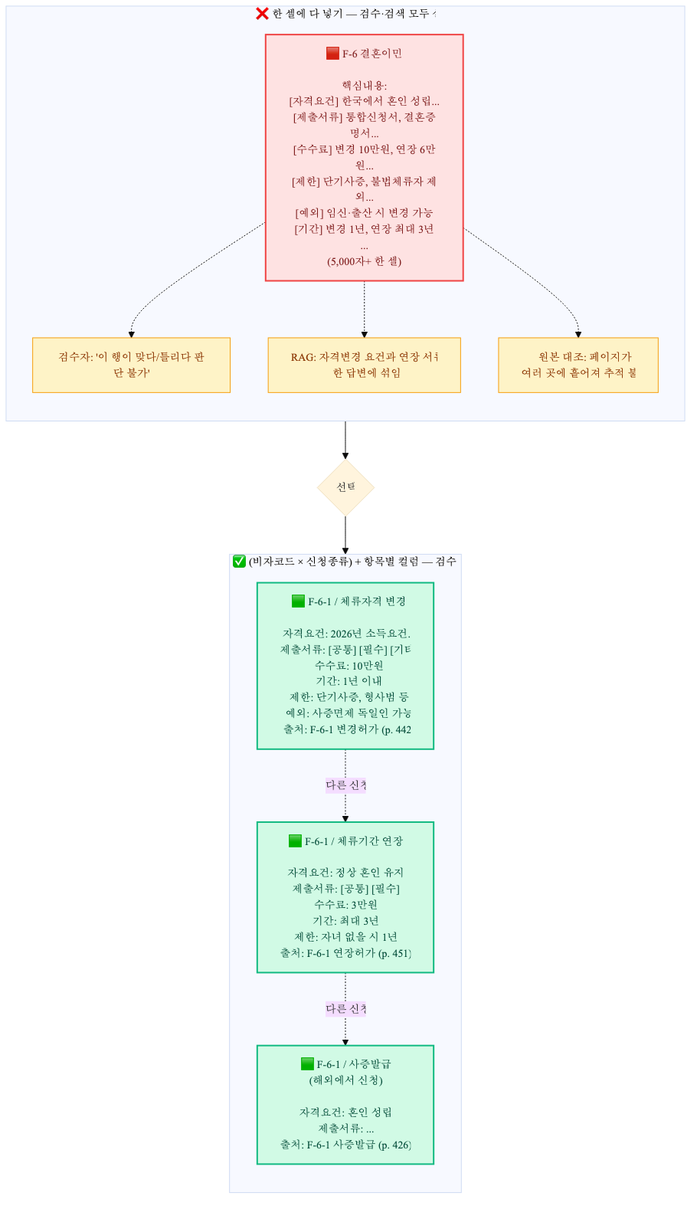
Above: docs/diagrams/column_design_rationale.png in jhkim0602/-Vizabridge-IT-AI- (Mermaid), before the change. Its source is kept beside it as docs/diagrams/column_design_rationale.mmd.
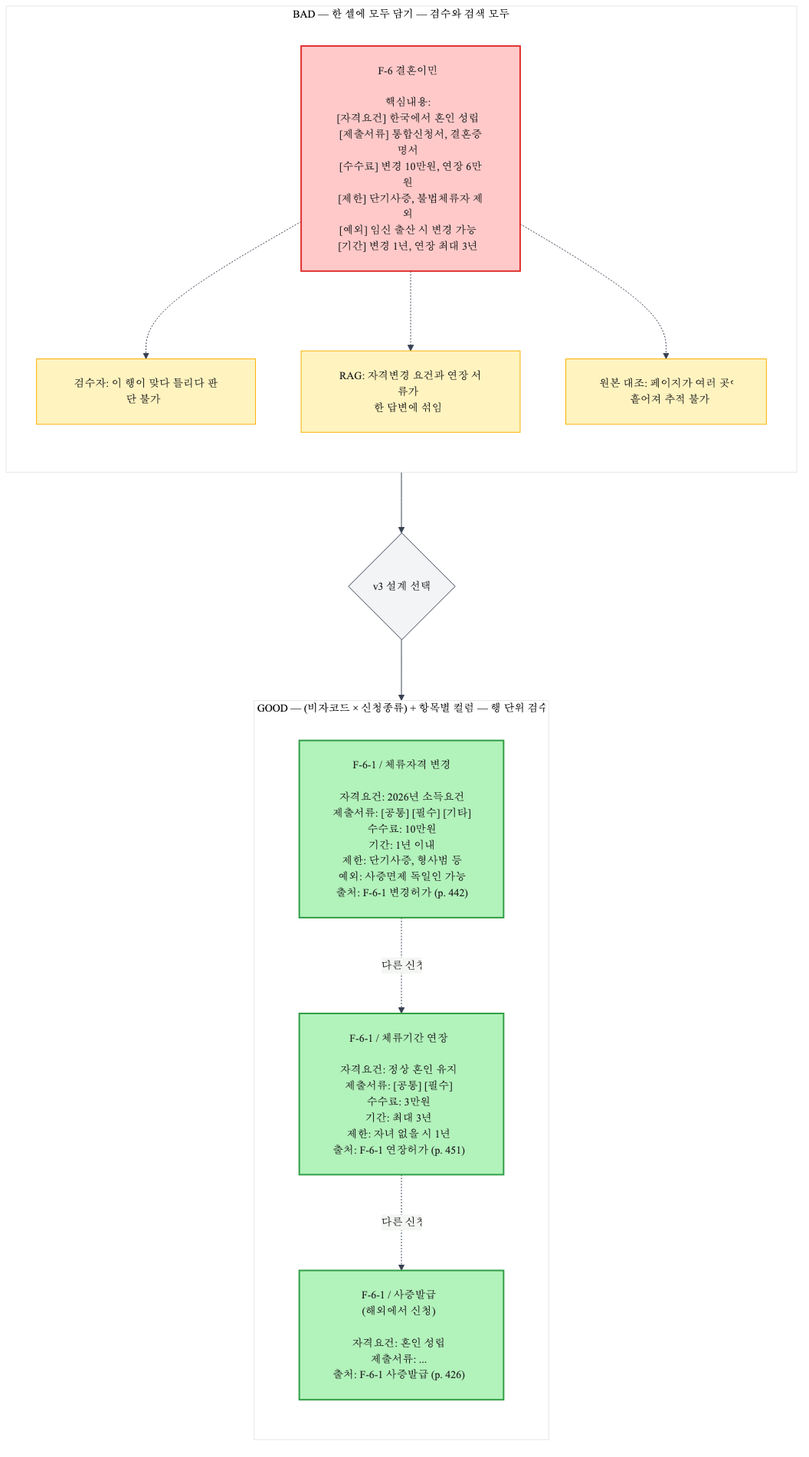
Above is the later version.

Diff of the diagram source:
```diff
@@ -1,24 +1,24 @@
-%%{init: {'theme': 'base', 'themeVariables': {'fontFamily': 'Apple SD Gothic Neo, Noto Sans KR, sans-serif', 'fontSize': '14px'}}}%%
+%%{init: {'theme': 'base', 'themeVariables': {'fontFamily': 'Helvetica, sans-serif', 'fontSize': '14px', 'primaryColor': '#f3f4f6', 'primaryTextColor': '#1e1e1e', 'primaryBorderColor': '#374151', 'lineColor': '#374151'}, 'flowchart': {'curve': 'basis', 'padding': 22, 'nodeSpacing': 60, 'rankSpacing': 80}}}%%
 flowchart TB
-    classDef bad fill:#fee2e2,stroke:#ef4444,stroke-width:2px,color:#7f1d1d
-    classDef good fill:#d1fae5,stroke:#10b981,stroke-width:2px,color:#064e3b
-    classDef note fill:#fef3c7,stroke:#f59e0b,stroke-width:1px,color:#92400e
+    classDef bad fill:#ffc9c9,stroke:#e03131,stroke-width:2px,color:#1e1e1e
+    classDef good fill:#b2f2bb,stroke:#2f9e44,stroke-width:2px,color:#1e1e1e
+    classDef note fill:#fff3bf,stroke:#fab005,stroke-width:1px,color:#1e1e1e
 
-    subgraph BAD["❌ 한 셀에 다 넣기 — 검수·검색 모두 실패"]
+    subgraph BAD["BAD — 한 셀에 모두 담기 — 검수와 검색 모두 실패&nbsp;"]
         direction TB
-        B1["🟥 F-6 결혼이민<br/><br/>핵심내용:<br/>[자격요건] 한국에서 혼인 성립...<br/>[제출서류] 통합신청서, 결혼증명서...<br/>[수수료] 변경 10만원, 연장 6만원...<br/>[제한] 단기사증, 불법체류자 제외...<br/>[예외] 임신·출산 시 변경 가능<br/>[기간] 변경 1년, 연장 최대 3년<br/>...<br/>(5,000자+ 한 셀)"]:::bad
-        B1 -.-> B2["검수자: '이 행이 맞다/틀리다 판단 불가'"]:::note
-        B1 -.-> B3["RAG: 자격변경 요건과 연장 서류가<br/>한 답변에 섞임"]:::note
-        B1 -.-> B4["원본 대조: 페이지가<br/>여러 곳에 흩어져 추적 불가"]:::note
+        B1["F-6 결혼이민&nbsp;&nbsp;<br/><br/>핵심내용:&nbsp;&nbsp;<br/>[자격요건] 한국에서 혼인 성립&nbsp;&nbsp;<br/>[제출서류] 통합신청서, 결혼증명서&nbsp;&nbsp;<br/>[수수료] 변경 10만원, 연장 6만원&nbsp;&nbsp;<br/>[제한] 단기사증, 불법체류자 제외&nbsp;&nbsp;<br/>[예외] 임신 출산 시 변경 가능&nbsp;&nbsp;<br/>[기간] 변경 1년, 연장 최대 3년&nbsp;&nbsp;<br/>...&nbsp;&nbsp;<br/>5,000자 이상 한 셀&nbsp;&nbsp;"]:::bad
+        B1 -.-> B2["검수자: 이 행이 맞다 틀리다 판단 불가&nbsp;&nbsp;"]:::note
+        B1 -.-> B3["RAG: 자격변경 요건과 연장 서류가&nbsp;&nbsp;<br/>한 답변에 섞임&nbsp;&nbsp;"]:::note
+        B1 -.-> B4["원본 대조: 페이지가 여러 곳에&nbsp;&nbsp;<br/>흩어져 추적 불가&nbsp;&nbsp;"]:::note
     end
 
-    subgraph GOOD["✅ (비자코드 × 신청종류) + 항목별 컬럼 — 검수 가능"]
+    subgraph GOOD["GOOD — (비자코드 × 신청종류) + 항목별 컬럼 — 행 단위 검수 가능&nbsp;"]
         direction TB
-        G1["🟩 F-6-1 / 체류자격 변경<br/><br/>자격요건: 2026년 소득요건...<br/>제출서류: [공통] [필수] [기타]<br/>수수료: 10만원<br/>기간: 1년 이내<br/>제한: 단기사증, 형사범 등<br/>예외: 사증면제 독일인 가능<br/>출처: F-6-1 변경허가 (p. 442)"]:::good
-        G2["🟩 F-6-1 / 체류기간 연장<br/><br/>자격요건: 정상 혼인 유지<br/>제출서류: [공통] [필수]<br/>수수료: 3만원<br/>기간: 최대 3년<br/>제한: 자녀 없을 시 1년<br/>출처: F-6-1 연장허가 (p. 451)"]:::good
-        G3["🟩 F-6-1 / 사증발급<br/>(해외에서 신청)<br/><br/>자격요건: 혼인 성립<br/>제출서류: ...<br/>출처: F-6-1 사증발급 (p. 426)"]:::good
+        G1["F-6-1 / 체류자격 변경&nbsp;&nbsp;<br/><br/>자격요건: 2026년 소득요건&nbsp;&nbsp;<br/>제출서류: [공통] [필수] [기타]&nbsp;&nbsp;<br/>수수료: 10만원&nbsp;&nbsp;<br/>기간: 1년 이내&nbsp;&nbsp;<br/>제한: 단기사증, 형사범 등&nbsp;&nbsp;<br/>예외: 사증면제 독일인 가능&nbsp;&nbsp;<br/>출처: F-6-1 변경허가 (p. 442)&nbsp;&nbsp;"]:::good
+        G2["F-6-1 / 체류기간 연장&nbsp;&nbsp;<br/><br/>자격요건: 정상 혼인 유지&nbsp;&nbsp;<br/>제출서류: [공통] [필수]&nbsp;&nbsp;<br/>수수료: 3만원&nbsp;&nbsp;<br/>기간: 최대 3년&nbsp;&nbsp;<br/>제한: 자녀 없을 시 1년&nbsp;&nbsp;<br/>출처: F-6-1 연장허가 (p. 451)&nbsp;&nbsp;"]:::good
+        G3["F-6-1 / 사증발급&nbsp;&nbsp;<br/>(해외에서 신청)&nbsp;&nbsp;<br/><br/>자격요건: 혼인 성립&nbsp;&nbsp;<br/>제출서류: ...&nbsp;&nbsp;<br/>출처: F-6-1 사증발급 (p. 426)&nbsp;&nbsp;"]:::good
         G1 -.다른 신청.-> G2
         G2 -.다른 신청.-> G3
     end
 
-    BAD --> X{선택} --> GOOD
+    BAD --> X{"v3 설계 선택&nbsp;"} --> GOOD
```
